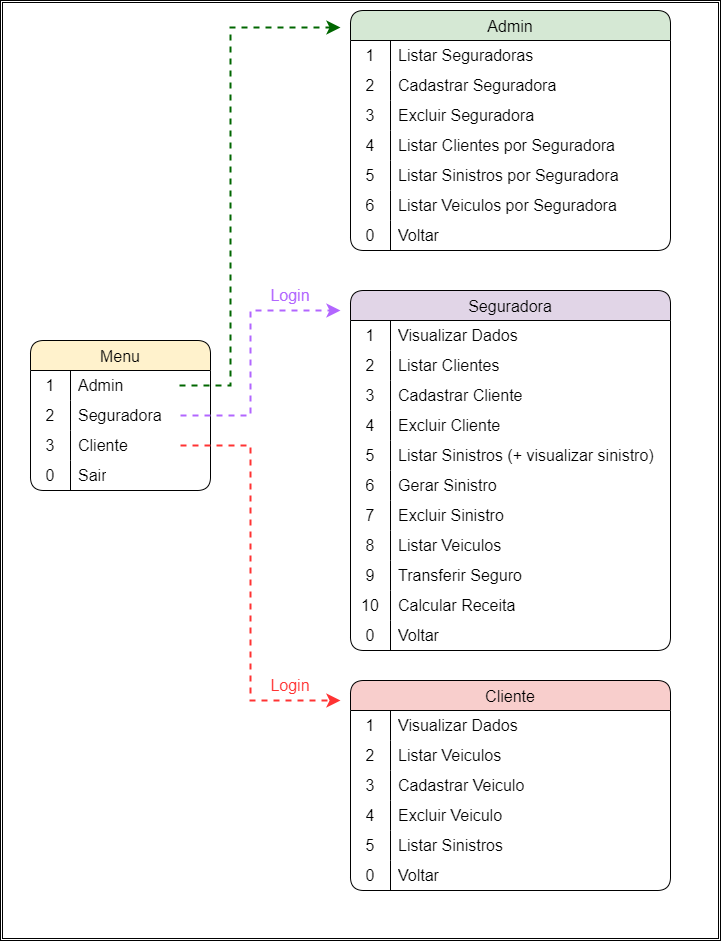
The draw.io diagram Lab04/images/Menu_Interativo.png in phdaccache/MC322, before a commit. Source tidied: cells renumbered, new cells last; positions are measured from the earlier drawing's top-left corner, leaving out a move shared by most shapes.
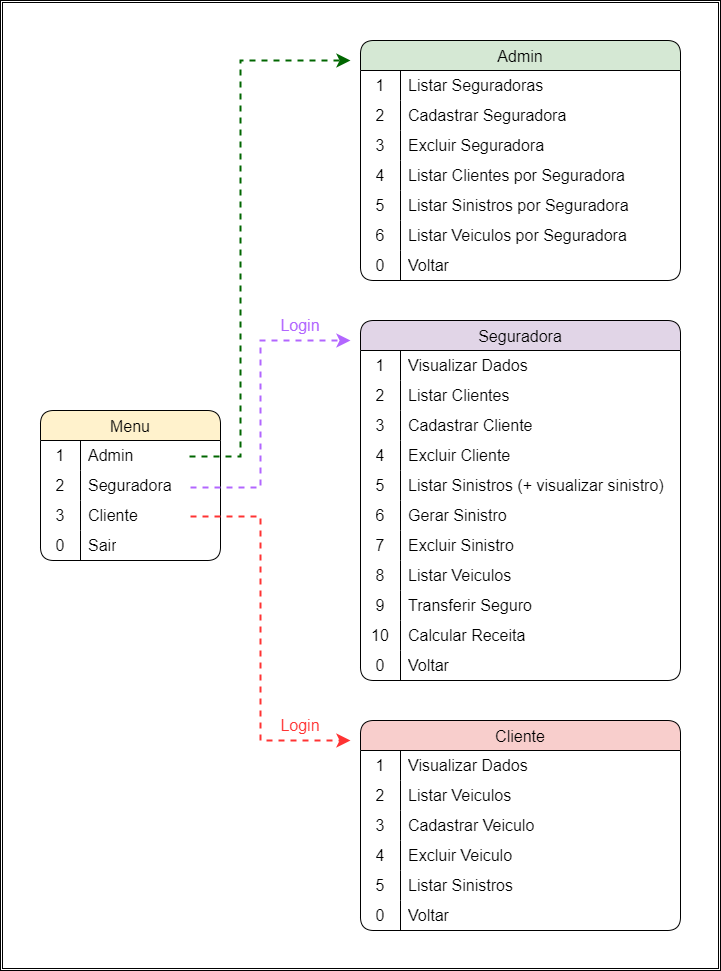
After the commit.

Commit message:
esquema atualizado

The edit, as a diff of the source:
```diff
@@ -2,11 +2,11 @@
   <root>
     <mxCell id="0" />
     <mxCell id="1" parent="0" />
-    <mxCell id="2" style="shape=ext;double=1;rounded=0;whiteSpace=wrap;html=1;fillColor=#FFFFFF;strokeColor=#000000;" parent="1" vertex="1">
-      <mxGeometry width="720" height="940" as="geometry" />
-    </mxCell>
+    <mxCell id="96" style="shape=ext;double=1;rounded=0;whiteSpace=wrap;html=1;fillColor=#FFFFFF;strokeColor=#000000;" parent="1" vertex="1">
+      <mxGeometry x="-10" y="-30" width="720" height="970" as="geometry" />
+    </mxCell>
     <mxCell id="3" value="Menu" style="shape=table;startSize=30;rowLines=0;fontStyle=0;strokeColor=default;fontSize=16;fillColor=#fff2cc;fontColor=#000000;fillStyle=auto;rounded=1;gradientColor=none;shadow=0;swimlaneFillColor=default;labelBackgroundColor=none;swimlaneLine=1;labelBorderColor=none;" parent="1" vertex="1">
-      <mxGeometry x="30" y="340" width="180" height="150" as="geometry" />
+      <mxGeometry x="30" y="380" width="180" height="150" as="geometry" />
     </mxCell>
     <mxCell id="4" style="shape=tableRow;horizontal=0;startSize=0;swimlaneHead=0;swimlaneBody=0;top=0;left=0;bottom=0;right=0;fillColor=none;strokeColor=inherit;fontSize=16;" parent="3" vertex="1">
       <mxGeometry y="30" width="180" height="30" as="geometry" />
@@ -213,7 +213,7 @@
       <mxGeometry x="40" width="280" height="30" as="geometry" />
     </mxCell>
     <mxCell id="72" value="Cliente" style="shape=table;startSize=30;rowLines=0;fontStyle=0;strokeColor=default;fontSize=16;fillColor=#f8cecc;fontColor=#000000;fillStyle=auto;rounded=1;gradientColor=none;shadow=0;swimlaneFillColor=default;labelBackgroundColor=none;swimlaneLine=1;" parent="1" vertex="1">
-      <mxGeometry x="350" y="680" width="320" height="210" as="geometry" />
+      <mxGeometry x="350" y="690" width="320" height="210" as="geometry" />
     </mxCell>
     <mxCell id="73" style="shape=tableRow;horizontal=0;startSize=0;swimlaneHead=0;swimlaneBody=0;top=0;left=0;bottom=0;right=0;fillColor=none;strokeColor=inherit;fontSize=16;" parent="72" vertex="1">
       <mxGeometry y="30" width="320" height="30" as="geometry" />
@@ -271,28 +271,28 @@
     </mxCell>
     <mxCell id="91" style="edgeStyle=elbowEdgeStyle;elbow=horizontal;endArrow=classic;html=1;curved=0;rounded=0;endSize=8;startSize=8;strokeColor=#B266FF;strokeWidth=2;dashed=1;" parent="1" edge="1">
       <mxGeometry relative="1" as="geometry">
-        <mxPoint x="180" y="415" as="sourcePoint" />
+        <mxPoint x="180" y="457" as="sourcePoint" />
         <mxPoint x="340" y="310" as="targetPoint" />
         <Array as="points">
-          <mxPoint x="250" y="350" />
+          <mxPoint x="250" y="383" />
         </Array>
       </mxGeometry>
     </mxCell>
     <mxCell id="92" style="edgeStyle=elbowEdgeStyle;elbow=horizontal;endArrow=classic;html=1;curved=0;rounded=0;endSize=8;startSize=8;strokeColor=#006600;strokeWidth=2;dashed=1;" parent="1" edge="1">
       <mxGeometry relative="1" as="geometry">
-        <mxPoint x="179" y="385" as="sourcePoint" />
-        <mxPoint x="340" y="27" as="targetPoint" />
+        <mxPoint x="179" y="426" as="sourcePoint" />
+        <mxPoint x="340" y="30" as="targetPoint" />
         <Array as="points">
-          <mxPoint x="230" y="200" />
+          <mxPoint x="230" y="241" />
         </Array>
       </mxGeometry>
     </mxCell>
     <mxCell id="93" style="edgeStyle=elbowEdgeStyle;elbow=horizontal;endArrow=classic;html=1;curved=0;rounded=0;endSize=8;startSize=8;strokeColor=#ff3333;dashed=1;strokeWidth=2;" parent="1" edge="1">
       <mxGeometry relative="1" as="geometry">
-        <mxPoint x="180" y="445" as="sourcePoint" />
-        <mxPoint x="340" y="700" as="targetPoint" />
+        <mxPoint x="180" y="486" as="sourcePoint" />
+        <mxPoint x="340" y="710" as="targetPoint" />
         <Array as="points">
-          <mxPoint x="250" y="540" />
+          <mxPoint x="250" y="581" />
         </Array>
       </mxGeometry>
     </mxCell>
@@ -300,7 +300,7 @@
       <mxGeometry x="260" y="280" width="60" height="30" as="geometry" />
     </mxCell>
     <mxCell id="95" value="&lt;font color=&quot;#ff3333&quot; style=&quot;font-size: 16px;&quot;&gt;Login&lt;/font&gt;" style="text;strokeColor=none;align=center;fillColor=none;html=1;verticalAlign=middle;whiteSpace=wrap;rounded=0;" parent="1" vertex="1">
-      <mxGeometry x="260" y="670" width="60" height="30" as="geometry" />
+      <mxGeometry x="260" y="680" width="60" height="30" as="geometry" />
     </mxCell>
   </root>
 </mxGraphModel>
```
